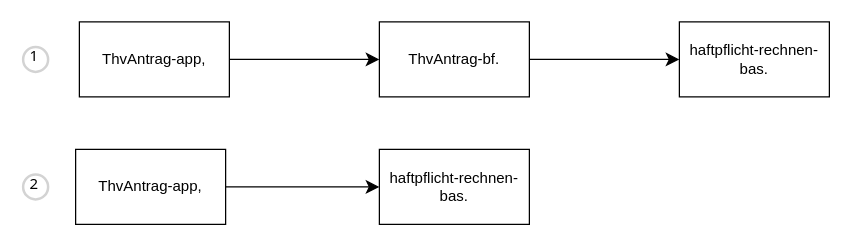
Earlier version of the draw.io diagram Untitled Diagram.drawio (fc-mjoh/docs). Source tidied: cells renumbered, new cells numbered last; positions are measured from the earlier drawing's top-left corner, leaving out a move shared by most shapes. Both pictures are drawn from the tidied source at 125%, with x=0, y=0 at pixel (22, 21).
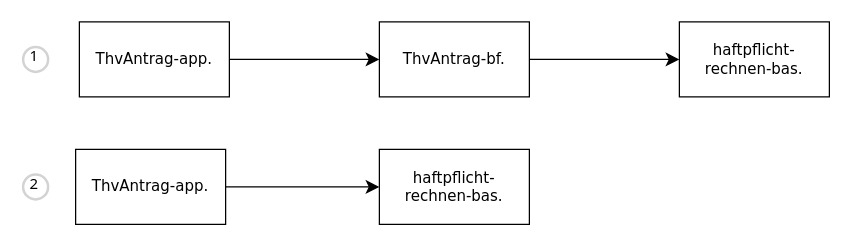
The same page after the edit.

Change to the diagram source:
```diff
@@
 <mxGraphModel>
   <root>
     <mxCell id="0" />
     <mxCell id="1" parent="0" />
     <mxCell id="2" style="edgeStyle=none;curved=1;rounded=0;jettySize=auto;html=1;fontSize=12;startSize=8;endSize=8;" parent="1" edge="1" source="3" target="5">
       <mxGeometry relative="1" as="geometry" />
     </mxCell>
-    <mxCell id="3" value="ThvAntrag-app," style="rounded=0;whiteSpace=wrap;html=1;" parent="1" vertex="1">
+    <mxCell id="3" value="ThvAntrag-app." style="rounded=0;whiteSpace=wrap;html=1;fontFamily=Verdana;" parent="1" vertex="1">
       <mxGeometry x="45" width="120" height="60" as="geometry" />
     </mxCell>
     <mxCell id="4" style="edgeStyle=none;curved=1;rounded=0;jettySize=auto;html=1;fontSize=12;startSize=8;endSize=8;" parent="1" edge="1" source="5" target="6">
       <mxGeometry relative="1" as="geometry" />
     </mxCell>
-    <mxCell id="5" value="ThvAntrag-bf." style="rounded=0;whiteSpace=wrap;html=1;" parent="1" vertex="1">
+    <mxCell id="5" value="ThvAntrag-bf." style="rounded=0;whiteSpace=wrap;html=1;fontFamily=Verdana;" parent="1" vertex="1">
       <mxGeometry x="285" width="120" height="60" as="geometry" />
     </mxCell>
-    <mxCell id="6" value="haftpflicht-rechnen-bas." style="rounded=0;whiteSpace=wrap;html=1;" parent="1" vertex="1">
+    <mxCell id="6" value="haftpflicht-rechnen-bas." style="rounded=0;whiteSpace=wrap;html=1;fontFamily=Verdana;" parent="1" vertex="1">
       <mxGeometry x="525" width="120" height="60" as="geometry" />
     </mxCell>
     <mxCell id="7" style="edgeStyle=none;curved=1;rounded=0;jettySize=auto;html=1;fontSize=12;startSize=8;endSize=8;" parent="1" edge="1" source="8" target="10">
       <mxGeometry relative="1" as="geometry" />
     </mxCell>
-    <mxCell id="8" value="ThvAntrag-app," style="rounded=0;whiteSpace=wrap;html=1;" parent="1" vertex="1">
+    <mxCell id="8" value="ThvAntrag-app." style="rounded=0;whiteSpace=wrap;html=1;fontFamily=Verdana;" parent="1" vertex="1">
       <mxGeometry x="42" y="102" width="120" height="60" as="geometry" />
     </mxCell>
     <mxCell id="9" style="edgeStyle=none;curved=1;rounded=0;jettySize=auto;html=1;fontSize=12;startSize=8;endSize=8;" parent="1" edge="1" target="10">
       <mxGeometry relative="1" as="geometry">
         <mxPoint x="402" y="132" as="sourcePoint" />
       </mxGeometry>
     </mxCell>
-    <mxCell id="10" value="haftpflicht-rechnen-bas." style="rounded=0;whiteSpace=wrap;html=1;" parent="1" vertex="1">
+    <mxCell id="10" value="haftpflicht-rechnen-bas." style="rounded=0;whiteSpace=wrap;html=1;fontFamily=Verdana;" parent="1" vertex="1">
       <mxGeometry x="285" y="102" width="120" height="60" as="geometry" />
     </mxCell>
     <mxCell id="11" value="1" style="ellipse;whiteSpace=wrap;html=1;strokeWidth=2;fontFamily=Tahoma;spacingBottom=4;spacingRight=2;strokeColor=#d3d3d3;" parent="1" vertex="1">
       <mxGeometry y="20" width="20" height="20" as="geometry" />
     </mxCell>
     <mxCell id="12" value="2" style="ellipse;whiteSpace=wrap;html=1;strokeWidth=2;fontFamily=Tahoma;spacingBottom=4;spacingRight=2;strokeColor=#d3d3d3;" parent="1" vertex="1">
       <mxGeometry y="122" width="20" height="20" as="geometry" />
     </mxCell>
   </root>
 </mxGraphModel>
```
